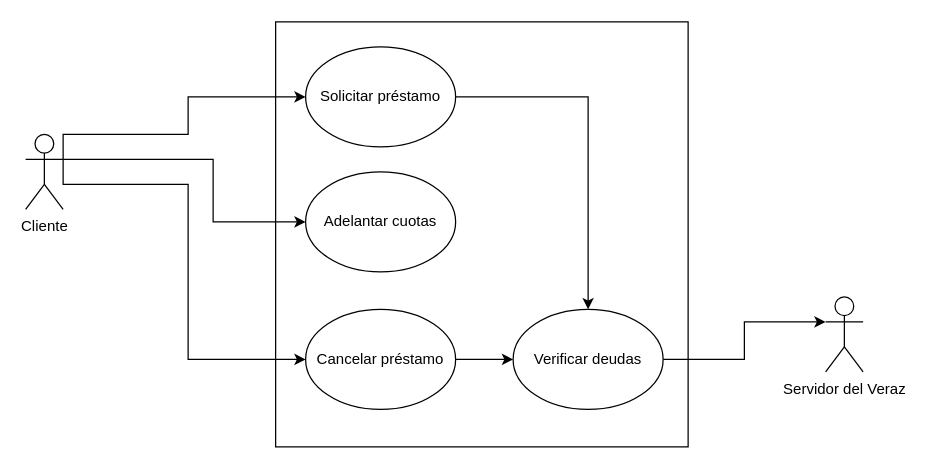
Before: 2do semestre/Ing1/Prácticas/Prácticas/Práctica 3/Ejercicio 7.drawio in Pedro0604/2do-LS-LI-API-ATIC, a draw.io diagram. Source tidied: cells renumbered, new cells numbered last; positions are measured from the earlier drawing's top-left corner, leaving out a move shared by most shapes. Both pictures are drawn from the tidied source at 125%, with x=0, y=0 at pixel (25, 21).
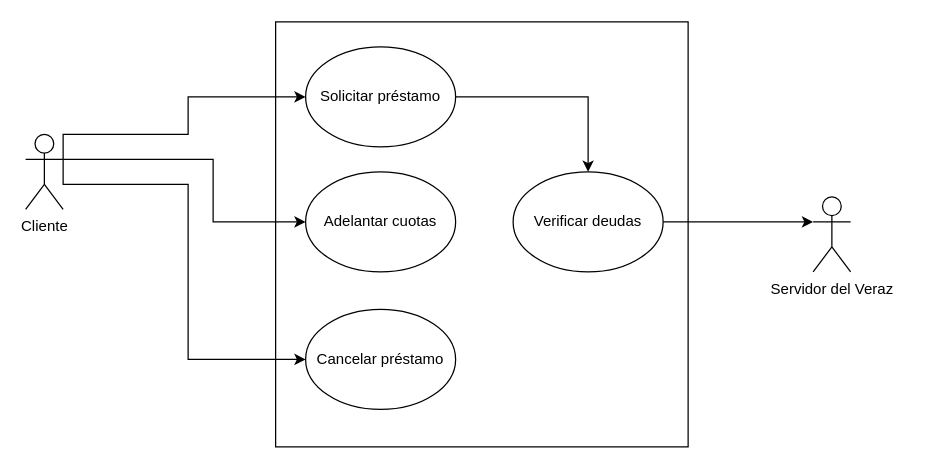
The same diagram, later.

Commit message (it also covers changes not shown here):
Ing1 - Práctica 3

The change refers to these unchanged cells:
```xml
<mxCell id="9" value="Cancelar préstamo" style="ellipse;whiteSpace=wrap;html=1;rounded=0;" parent="1" vertex="1">
  <mxGeometry x="224" y="230" width="120" height="80" as="geometry" />
</mxCell>
```

What changed in the source:
```diff
@@
     <mxCell id="7" value="Servidor del Veraz" style="shape=umlActor;verticalLabelPosition=bottom;verticalAlign=top;html=1;outlineConnect=0;rounded=0;" parent="1" vertex="1">
-      <mxGeometry x="640" y="220" width="30" height="60" as="geometry" />
+      <mxGeometry x="630" y="140" width="30" height="60" as="geometry" />
     </mxCell>
-    <mxCell id="8" style="edgeStyle=orthogonalEdgeStyle;rounded=0;jettySize=auto;html=1;exitX=1;exitY=0.5;exitDx=0;exitDy=0;entryX=0;entryY=0.5;entryDx=0;entryDy=0;" parent="1" edge="1" source="9" target="11">
-      <mxGeometry relative="1" as="geometry">
-        <Array as="points">
-          <mxPoint x="390" y="270" />
-          <mxPoint x="390" y="270" />
-        </Array>
-      </mxGeometry>
-    </mxCell>
@@
     <mxCell id="11" value="Verificar deudas" style="ellipse;whiteSpace=wrap;html=1;rounded=0;" parent="1" vertex="1">
-      <mxGeometry x="390" y="230" width="120" height="80" as="geometry" />
+      <mxGeometry x="390" y="120" width="120" height="80" as="geometry" />
     </mxCell>
```
